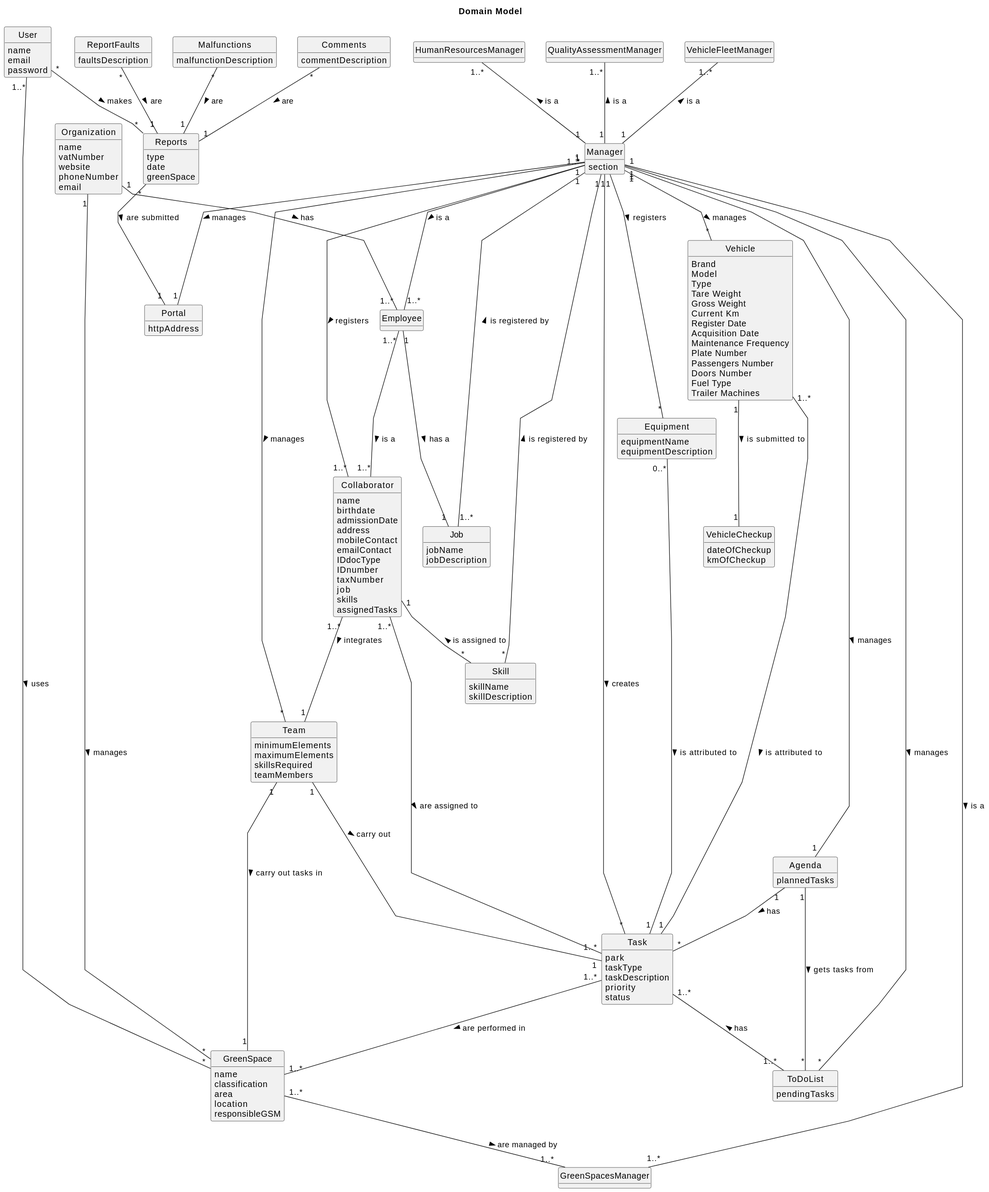
Paulo-Pereira-at-ISEP/lei-24-s2-1nanb-g321 keeps this PlantUML diagram as docs/sprintC/global-artifacts/02.analysis/svg/project-domain-model.svg. Above is the earlier version.
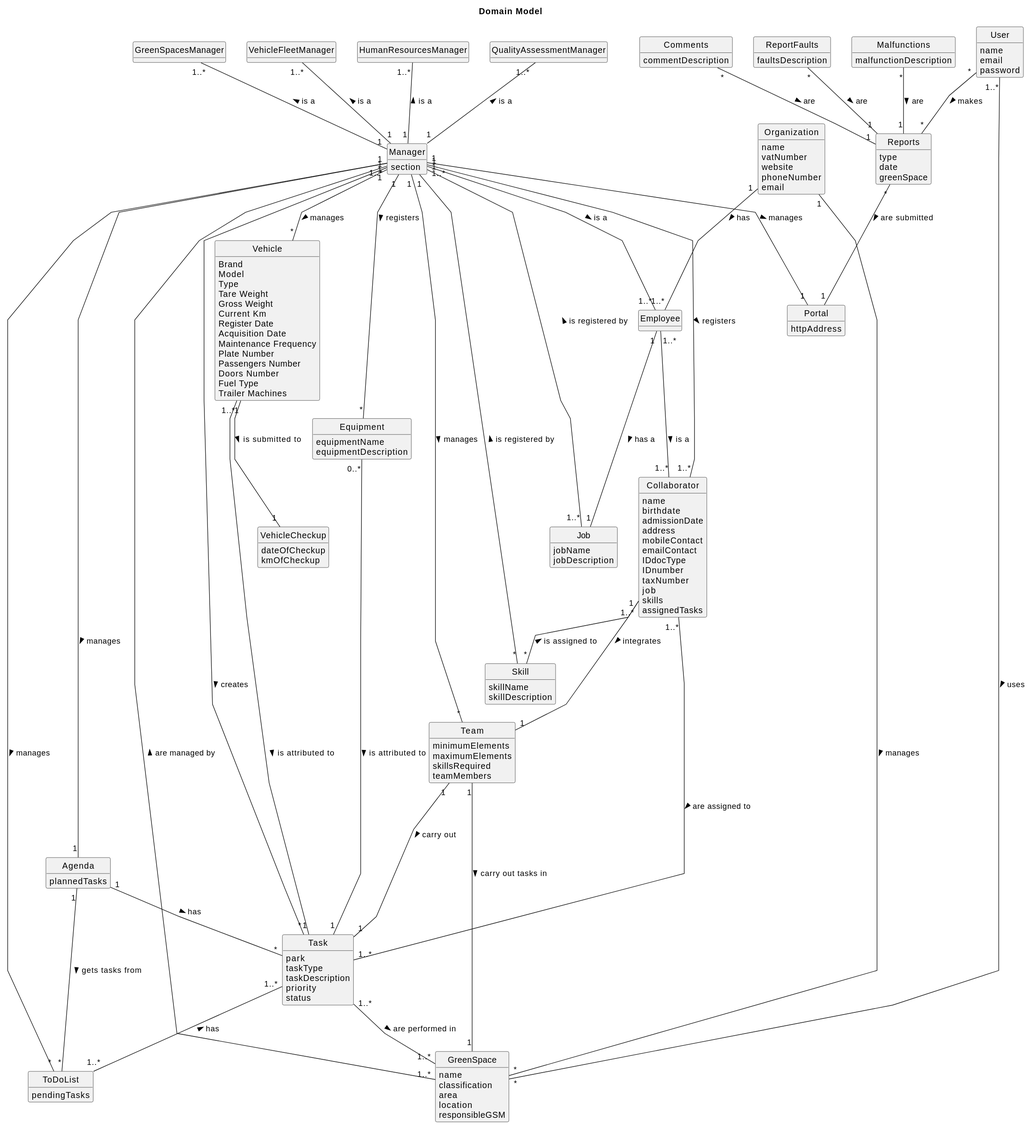
After the change.

Commit message:
LGGPM-188 - SprintC - Analysis - Domain Model Update

The edit, as a diff of the source:
```diff
@@ -210,7 +210,7 @@
 Task "1..*" ----- "1..*" Collaborator: are assigned to <
 Task "1..*" -- "1..*" ToDoList: has <
 
-GreenSpace "1..*" -- "1..*" GreenSpacesManager: are managed by >
+GreenSpace "1..*" -- "1..*" Manager: are managed by >
 
 
 Reports "*" -- "1" Portal: are submitted >
```
